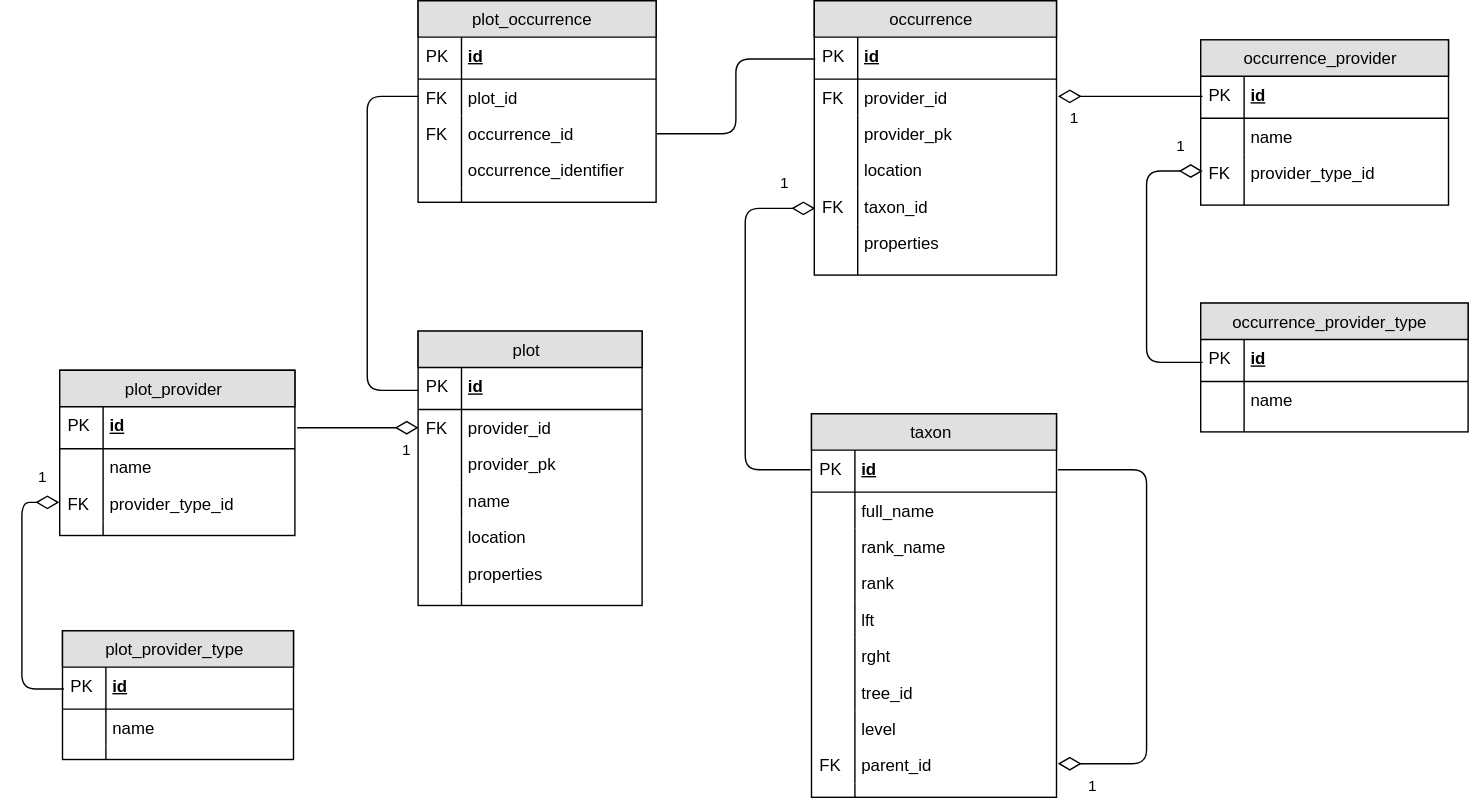
The draw.io diagram docs/_static/occurences_data_model.svg in dimitri-justeau/niamoto-core, before a commit. Source tidied: cells renumbered, new cells last; positions are measured from the earlier drawing's top-left corner, leaving out a move shared by most shapes.
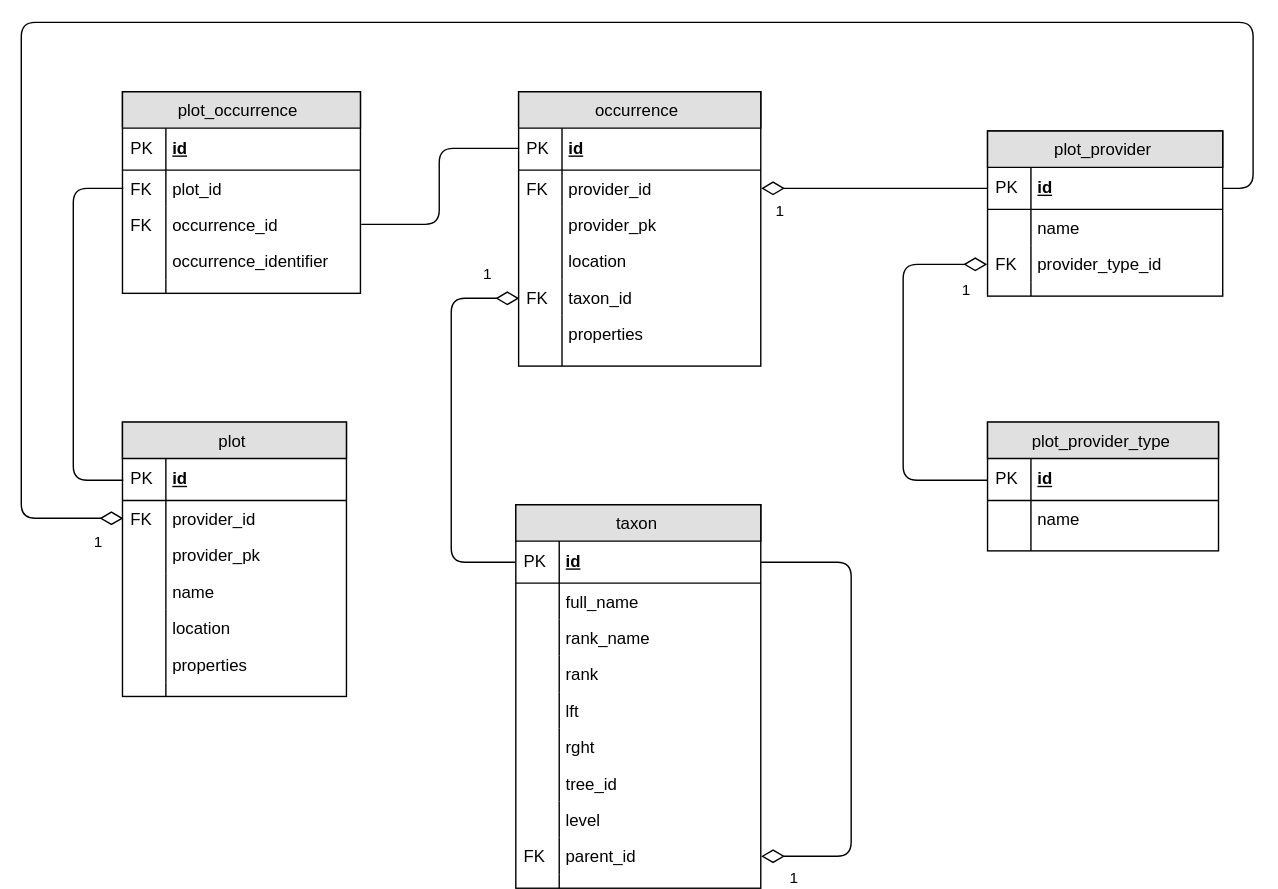
The same file after the commit.

Change to the diagram source:
```diff
@@ -47,65 +47,9 @@
     <mxCell id="16" style="shape=partialRectangle;top=0;left=0;bottom=0;html=1;fillColor=none;align=left;verticalAlign=top;spacingLeft=4;spacingRight=4;whiteSpace=wrap;overflow=hidden;" parent="15" vertex="1">
       <mxGeometry width="31" height="10" as="geometry" />
     </mxCell>
-    <mxCell id="17" value="occurrence_provider" style="swimlane;html=1;fontStyle=0;horizontal=1;startSize=26;fillColor=#e0e0e0;swimlaneFillColor=#ffffff;align=center;strokeColor=#000000;" parent="1" vertex="1">
-      <mxGeometry x="841" y="28" width="177" height="118" as="geometry" />
-    </mxCell>
-    <mxCell id="18" value="id" style="shape=partialRectangle;top=0;left=0;right=0;bottom=1;html=1;align=left;verticalAlign=middle;fillColor=none;spacingLeft=34;spacingRight=4;whiteSpace=wrap;overflow=hidden;points=[[0,0.5],[1,0.5]];portConstraint=eastwest;fontStyle=5;" parent="17" vertex="1">
-      <mxGeometry y="26" width="177" height="30" as="geometry" />
-    </mxCell>
-    <mxCell id="19" value="PK" style="shape=partialRectangle;top=0;left=0;bottom=0;html=1;fillColor=none;align=left;verticalAlign=middle;spacingLeft=4;spacingRight=4;whiteSpace=wrap;overflow=hidden;" parent="18" vertex="1">
-      <mxGeometry width="31" height="30" as="geometry" />
-    </mxCell>
-    <mxCell id="20" value="name" style="shape=partialRectangle;top=0;left=0;right=0;bottom=0;html=1;align=left;verticalAlign=top;fillColor=none;spacingLeft=34;spacingRight=4;whiteSpace=wrap;overflow=hidden;" parent="17" vertex="1">
-      <mxGeometry y="56" width="177" height="26" as="geometry" />
-    </mxCell>
-    <mxCell id="21" style="shape=partialRectangle;top=0;left=0;bottom=0;html=1;fillColor=none;align=left;verticalAlign=top;spacingLeft=4;spacingRight=4;whiteSpace=wrap;overflow=hidden;" parent="20" vertex="1">
-      <mxGeometry width="31" height="26" as="geometry" />
-    </mxCell>
-    <mxCell id="22" value="provider_type_id" style="shape=partialRectangle;top=0;left=0;right=0;bottom=0;html=1;align=left;verticalAlign=top;fillColor=none;spacingLeft=34;spacingRight=4;whiteSpace=wrap;overflow=hidden;points=[[0,0.5],[1,0.5]];portConstraint=eastwest;" parent="17" vertex="1">
-      <mxGeometry y="82" width="177" height="26" as="geometry" />
-    </mxCell>
-    <mxCell id="23" value="FK" style="shape=partialRectangle;top=0;left=0;bottom=0;html=1;fillColor=none;align=left;verticalAlign=top;spacingLeft=4;spacingRight=4;whiteSpace=wrap;overflow=hidden;" parent="22" vertex="1">
-      <mxGeometry width="31" height="26" as="geometry" />
-    </mxCell>
-    <mxCell id="24" style="shape=partialRectangle;top=0;left=0;right=0;bottom=0;html=1;align=left;verticalAlign=top;fillColor=none;spacingLeft=34;spacingRight=4;whiteSpace=wrap;overflow=hidden;" parent="17" vertex="1">
-      <mxGeometry y="108" width="177" height="10" as="geometry" />
-    </mxCell>
-    <mxCell id="25" style="shape=partialRectangle;top=0;left=0;bottom=0;html=1;fillColor=none;align=left;verticalAlign=top;spacingLeft=4;spacingRight=4;whiteSpace=wrap;overflow=hidden;" parent="24" vertex="1">
-      <mxGeometry width="31" height="10" as="geometry" />
-    </mxCell>
-    <mxCell id="26" value="occurrence_provider_type" style="swimlane;html=1;fontStyle=0;horizontal=1;startSize=26;fillColor=#e0e0e0;swimlaneFillColor=#ffffff;align=center;strokeColor=#000000;" parent="1" vertex="1">
-      <mxGeometry x="841" y="216" width="191" height="92" as="geometry" />
-    </mxCell>
-    <mxCell id="27" value="id" style="shape=partialRectangle;top=0;left=0;right=0;bottom=1;html=1;align=left;verticalAlign=middle;fillColor=none;spacingLeft=34;spacingRight=4;whiteSpace=wrap;overflow=hidden;points=[[0,0.5],[1,0.5]];portConstraint=eastwest;fontStyle=5;" parent="26" vertex="1">
-      <mxGeometry y="26" width="191" height="30" as="geometry" />
-    </mxCell>
-    <mxCell id="28" value="PK" style="shape=partialRectangle;top=0;left=0;bottom=0;html=1;fillColor=none;align=left;verticalAlign=middle;spacingLeft=4;spacingRight=4;whiteSpace=wrap;overflow=hidden;" parent="27" vertex="1">
-      <mxGeometry width="31" height="30" as="geometry" />
-    </mxCell>
-    <mxCell id="29" value="name" style="shape=partialRectangle;top=0;left=0;right=0;bottom=0;html=1;align=left;verticalAlign=top;fillColor=none;spacingLeft=34;spacingRight=4;whiteSpace=wrap;overflow=hidden;" parent="26" vertex="1">
-      <mxGeometry y="56" width="191" height="26" as="geometry" />
-    </mxCell>
-    <mxCell id="30" style="shape=partialRectangle;top=0;left=0;bottom=0;html=1;fillColor=none;align=left;verticalAlign=top;spacingLeft=4;spacingRight=4;whiteSpace=wrap;overflow=hidden;" parent="29" vertex="1">
-      <mxGeometry width="31" height="26" as="geometry" />
-    </mxCell>
-    <mxCell id="31" style="shape=partialRectangle;top=0;left=0;right=0;bottom=0;html=1;align=left;verticalAlign=top;fillColor=none;spacingLeft=34;spacingRight=4;whiteSpace=wrap;overflow=hidden;" parent="26" vertex="1">
-      <mxGeometry y="82" width="191" height="10" as="geometry" />
-    </mxCell>
-    <mxCell id="32" style="shape=partialRectangle;top=0;left=0;bottom=0;html=1;fillColor=none;align=left;verticalAlign=top;spacingLeft=4;spacingRight=4;whiteSpace=wrap;overflow=hidden;" parent="31" vertex="1">
-      <mxGeometry width="31" height="10" as="geometry" />
-    </mxCell>
-    <mxCell id="33" value="1" style="endArrow=none;html=1;endSize=12;startArrow=diamondThin;startSize=14;startFill=0;edgeStyle=orthogonalEdgeStyle;align=left;verticalAlign=bottom;exitX=1;exitY=0.5;entryX=0;entryY=0.5;endFill=0;" parent="1" edge="1" source="5" target="18">
+    <mxCell id="33" value="1" style="endArrow=none;html=1;endSize=12;startArrow=diamondThin;startSize=14;startFill=0;edgeStyle=orthogonalEdgeStyle;align=left;verticalAlign=bottom;exitX=1;exitY=0.5;entryX=0;entryY=0.5;endFill=0;" parent="1" edge="1" source="5" target="94">
       <mxGeometry x="-0.9" y="-24" relative="1" as="geometry" />
     </mxCell>
-    <mxCell id="34" value="1" style="endArrow=none;html=1;endSize=12;startArrow=diamondThin;startSize=14;startFill=0;edgeStyle=orthogonalEdgeStyle;align=left;verticalAlign=bottom;entryX=0;entryY=0.5;exitX=0;exitY=0.5;endFill=0;" parent="1" edge="1" source="22" target="27">
-      <mxGeometry x="-0.81" y="-10" relative="1" as="geometry">
-        <Array as="points">
-          <mxPoint x="801" y="123" />
-          <mxPoint x="801" y="257" />
-        </Array>
-      </mxGeometry>
-    </mxCell>
     <mxCell id="35" value="taxon" style="swimlane;html=1;fontStyle=0;horizontal=1;startSize=26;fillColor=#e0e0e0;swimlaneFillColor=#ffffff;align=center;strokeColor=#000000;" parent="1" vertex="1">
       <mxGeometry x="563" y="295" width="175" height="274" as="geometry" />
     </mxCell>
@@ -275,7 +219,7 @@
       </mxGeometry>
     </mxCell>
     <mxCell id="86" value="plot_provider_type" style="swimlane;html=1;fontStyle=0;horizontal=1;startSize=26;fillColor=#e0e0e0;swimlaneFillColor=#ffffff;align=center;strokeColor=#000000;" parent="1" vertex="1">
-      <mxGeometry x="28" y="450" width="165" height="92" as="geometry" />
+      <mxGeometry x="900" y="236" width="165" height="92" as="geometry" />
     </mxCell>
     <mxCell id="87" value="id" style="shape=partialRectangle;top=0;left=0;right=0;bottom=1;html=1;align=left;verticalAlign=middle;fillColor=none;spacingLeft=34;spacingRight=4;whiteSpace=wrap;overflow=hidden;points=[[0,0.5],[1,0.5]];portConstraint=eastwest;fontStyle=5;" parent="86" vertex="1">
       <mxGeometry y="26" width="165" height="30" as="geometry" />
@@ -296,7 +240,7 @@
       <mxGeometry width="31" height="10" as="geometry" />
     </mxCell>
     <mxCell id="93" value="plot_provider" style="swimlane;html=1;fontStyle=0;horizontal=1;startSize=26;fillColor=#e0e0e0;swimlaneFillColor=#ffffff;align=center;strokeColor=#000000;" parent="1" vertex="1">
-      <mxGeometry x="26" y="264" width="168" height="118" as="geometry" />
+      <mxGeometry x="900" y="28" width="168" height="118" as="geometry" />
     </mxCell>
     <mxCell id="94" value="id" style="shape=partialRectangle;top=0;left=0;right=0;bottom=1;html=1;align=left;verticalAlign=middle;fillColor=none;spacingLeft=34;spacingRight=4;whiteSpace=wrap;overflow=hidden;points=[[0,0.5],[1,0.5]];portConstraint=eastwest;fontStyle=5;" parent="93" vertex="1">
       <mxGeometry y="26" width="168" height="30" as="geometry" />
@@ -323,15 +267,22 @@
       <mxGeometry width="31" height="10" as="geometry" />
     </mxCell>
     <mxCell id="102" value="1" style="endArrow=none;html=1;endSize=12;startArrow=diamondThin;startSize=14;startFill=0;edgeStyle=orthogonalEdgeStyle;align=left;verticalAlign=bottom;entryX=0;entryY=0.5;exitX=0;exitY=0.5;endFill=0;" parent="1" edge="1" source="98" target="87">
-      <mxGeometry x="-0.81" y="-10" relative="1" as="geometry">
+      <mxGeometry x="-0.37" y="40" relative="1" as="geometry">
         <Array as="points">
-          <mxPoint y="359" />
-          <mxPoint y="491" />
+          <mxPoint x="840" y="123" />
+          <mxPoint x="840" y="278" />
         </Array>
       </mxGeometry>
     </mxCell>
-    <mxCell id="103" value="1" style="endArrow=none;html=1;endSize=12;startArrow=diamondThin;startSize=14;startFill=0;edgeStyle=orthogonalEdgeStyle;align=left;verticalAlign=bottom;exitX=0;exitY=0.5;entryX=1;entryY=0.5;endFill=0;" parent="1" edge="1" source="61" target="94">
-      <mxGeometry x="-0.66" y="24" relative="1" as="geometry" />
+    <mxCell id="103" value="1" style="endArrow=none;html=1;endSize=12;startArrow=diamondThin;startSize=14;startFill=0;edgeStyle=orthogonalEdgeStyle;align=left;verticalAlign=bottom;exitX=0;exitY=0.5;endFill=0;entryX=1;entryY=0.5;" parent="1" edge="1" source="61" target="94">
+      <mxGeometry x="-0.97" y="25" relative="1" as="geometry">
+        <Array as="points">
+          <mxPoint x="210" y="305" />
+          <mxPoint x="210" y="-50" />
+          <mxPoint x="1090" y="-50" />
+          <mxPoint x="1090" y="69" />
+        </Array>
+      </mxGeometry>
     </mxCell>
   </root>
 </mxGraphModel>
```
